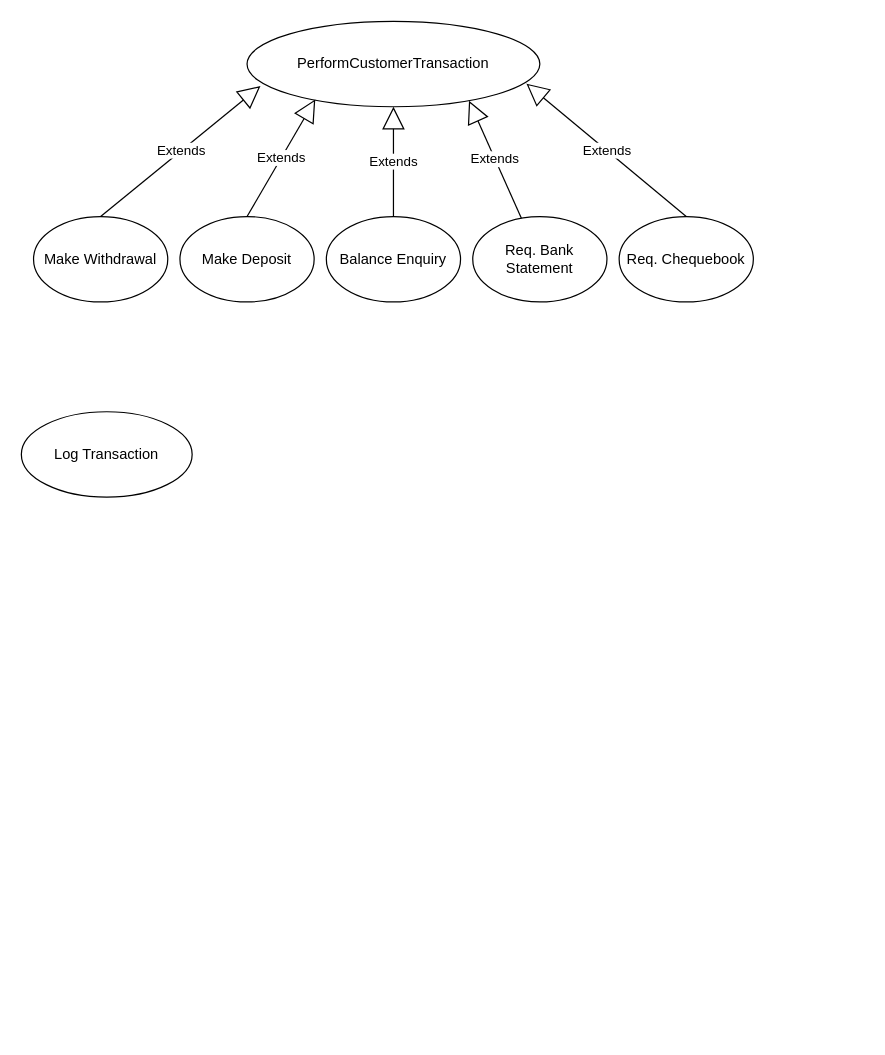
owenpmorgan/UML_diag_practice keeps this draw.io diagram as EE2010 Wk2 B.drawio. Above is the earlier version. Source tidied: cells renumbered, new cells numbered last; positions are measured from the earlier drawing's top-left corner, leaving out a move shared by most shapes. Both pictures are drawn from the tidied source at 122%, with x=0, y=0 at pixel (21, 21).
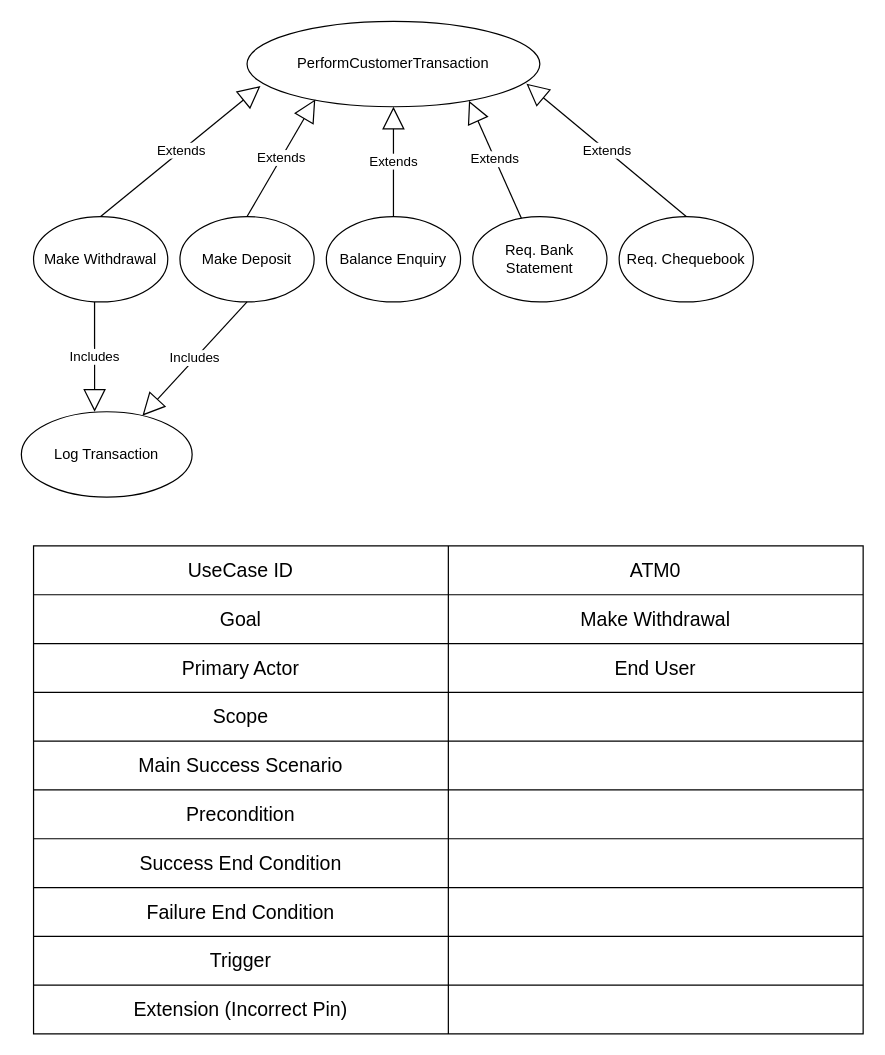
The same page after the edit.

The change refers to these unchanged cells:
```xml
<mxCell id="4" value="Make Deposit" style="ellipse;whiteSpace=wrap;html=1;" parent="1" vertex="1">
  <mxGeometry x="130" y="160" width="110" height="70" as="geometry" />
</mxCell>
<mxCell id="13" value="Log Transaction" style="ellipse;whiteSpace=wrap;html=1;" parent="1" vertex="1">
  <mxGeometry y="320" width="140" height="70" as="geometry" />
</mxCell>
```

What changed in the source:
```diff
@@
+    <mxCell id="14" value="Includes" style="endArrow=block;endSize=16;endFill=0;html=1;rounded=0;entryX=0.429;entryY=0;entryDx=0;entryDy=0;entryPerimeter=0;" parent="1" edge="1" target="13">
+      <mxGeometry relative="1" as="geometry">
+        <mxPoint x="60" y="230" as="sourcePoint" />
+      </mxGeometry>
+    </mxCell>
+    <mxCell id="15" value="Includes" style="endArrow=block;endSize=16;endFill=0;html=1;rounded=0;exitX=0.5;exitY=1;exitDx=0;exitDy=0;" parent="1" edge="1" source="4" target="13">
+      <mxGeometry relative="1" as="geometry" />
+    </mxCell>
+    <mxCell id="16" style="shape=table;startSize=0;childLayout=tableLayout;fontSize=16;" parent="1" vertex="1">
+      <mxGeometry x="10" y="430" width="680" height="400" as="geometry" />
+    </mxCell>
+    <mxCell id="17" style="shape=tableRow;horizontal=0;startSize=0;swimlaneHead=0;swimlaneBody=0;strokeColor=inherit;top=0;left=0;bottom=0;right=0;fillColor=none;fontSize=16;" parent="16" vertex="1">
+      <mxGeometry width="680" height="40" as="geometry" />
+    </mxCell>
+    <mxCell id="18" value="UseCase ID" style="shape=partialRectangle;html=1;whiteSpace=wrap;strokeColor=inherit;overflow=hidden;fillColor=none;top=0;left=0;bottom=0;right=0;fontSize=16;" parent="17" vertex="1">
+      <mxGeometry width="340" height="40" as="geometry" />
+    </mxCell>
+    <mxCell id="19" value="ATM0" style="shape=partialRectangle;html=1;whiteSpace=wrap;strokeColor=inherit;overflow=hidden;fillColor=none;top=0;left=0;bottom=0;right=0;fontSize=16;" parent="17" vertex="1">
+      <mxGeometry x="340" width="340" height="40" as="geometry" />
+    </mxCell>
+    <mxCell id="20" style="shape=tableRow;horizontal=0;startSize=0;swimlaneHead=0;swimlaneBody=0;strokeColor=inherit;top=0;left=0;bottom=0;right=0;fillColor=none;fontSize=16;" parent="16" vertex="1">
+      <mxGeometry y="40" width="680" height="40" as="geometry" />
+    </mxCell>
+    <mxCell id="21" value="Goal" style="shape=partialRectangle;html=1;whiteSpace=wrap;strokeColor=inherit;overflow=hidden;fillColor=none;top=0;left=0;bottom=0;right=0;fontSize=16;" parent="20" vertex="1">
+      <mxGeometry width="340" height="40" as="geometry" />
+    </mxCell>
+    <mxCell id="22" value="Make Withdrawal" style="shape=partialRectangle;html=1;whiteSpace=wrap;strokeColor=inherit;overflow=hidden;fillColor=none;top=0;left=0;bottom=0;right=0;fontSize=16;" parent="20" vertex="1">
+      <mxGeometry x="340" width="340" height="40" as="geometry" />
+    </mxCell>
+    <mxCell id="23" style="shape=tableRow;horizontal=0;startSize=0;swimlaneHead=0;swimlaneBody=0;strokeColor=inherit;top=0;left=0;bottom=0;right=0;fillColor=none;fontSize=16;" parent="16" vertex="1">
+      <mxGeometry y="80" width="680" height="40" as="geometry" />
+    </mxCell>
+    <mxCell id="24" value="Primary Actor" style="shape=partialRectangle;html=1;whiteSpace=wrap;strokeColor=inherit;overflow=hidden;fillColor=none;top=0;left=0;bottom=0;right=0;fontSize=16;" parent="23" vertex="1">
+      <mxGeometry width="340" height="40" as="geometry" />
+    </mxCell>
+    <mxCell id="25" value="End User" style="shape=partialRectangle;html=1;whiteSpace=wrap;strokeColor=inherit;overflow=hidden;fillColor=none;top=0;left=0;bottom=0;right=0;fontSize=16;" parent="23" vertex="1">
+      <mxGeometry x="340" width="340" height="40" as="geometry" />
+    </mxCell>
+    <mxCell id="26" style="shape=tableRow;horizontal=0;startSize=0;swimlaneHead=0;swimlaneBody=0;strokeColor=inherit;top=0;left=0;bottom=0;right=0;fillColor=none;fontSize=16;" parent="16" vertex="1">
+      <mxGeometry y="120" width="680" height="40" as="geometry" />
+    </mxCell>
+    <mxCell id="27" value="Scope" style="shape=partialRectangle;html=1;whiteSpace=wrap;strokeColor=inherit;overflow=hidden;fillColor=none;top=0;left=0;bottom=0;right=0;fontSize=16;" parent="26" vertex="1">
+      <mxGeometry width="340" height="40" as="geometry" />
+    </mxCell>
+    <mxCell id="28" style="shape=partialRectangle;html=1;whiteSpace=wrap;strokeColor=inherit;overflow=hidden;fillColor=none;top=0;left=0;bottom=0;right=0;fontSize=16;" parent="26" vertex="1">
+      <mxGeometry x="340" width="340" height="40" as="geometry" />
+    </mxCell>
+    <mxCell id="29" style="shape=tableRow;horizontal=0;startSize=0;swimlaneHead=0;swimlaneBody=0;strokeColor=inherit;top=0;left=0;bottom=0;right=0;fillColor=none;fontSize=16;" parent="16" vertex="1">
+      <mxGeometry y="160" width="680" height="40" as="geometry" />
+    </mxCell>
+    <mxCell id="30" value="Main Success Scenario" style="shape=partialRectangle;html=1;whiteSpace=wrap;strokeColor=inherit;overflow=hidden;fillColor=none;top=0;left=0;bottom=0;right=0;fontSize=16;" parent="29" vertex="1">
+      <mxGeometry width="340" height="40" as="geometry" />
+    </mxCell>
+    <mxCell id="31" style="shape=partialRectangle;html=1;whiteSpace=wrap;strokeColor=inherit;overflow=hidden;fillColor=none;top=0;left=0;bottom=0;right=0;fontSize=16;" parent="29" vertex="1">
+      <mxGeometry x="340" width="340" height="40" as="geometry" />
+    </mxCell>
+    <mxCell id="32" style="shape=tableRow;horizontal=0;startSize=0;swimlaneHead=0;swimlaneBody=0;strokeColor=inherit;top=0;left=0;bottom=0;right=0;fillColor=none;fontSize=16;" parent="16" vertex="1">
+      <mxGeometry y="200" width="680" height="40" as="geometry" />
+    </mxCell>
+    <mxCell id="33" value="Precondition" style="shape=partialRectangle;html=1;whiteSpace=wrap;strokeColor=inherit;overflow=hidden;fillColor=none;top=0;left=0;bottom=0;right=0;fontSize=16;" parent="32" vertex="1">
+      <mxGeometry width="340" height="40" as="geometry" />
+    </mxCell>
+    <mxCell id="34" style="shape=partialRectangle;html=1;whiteSpace=wrap;strokeColor=inherit;overflow=hidden;fillColor=none;top=0;left=0;bottom=0;right=0;fontSize=16;" parent="32" vertex="1">
+      <mxGeometry x="340" width="340" height="40" as="geometry" />
+    </mxCell>
+    <mxCell id="35" style="shape=tableRow;horizontal=0;startSize=0;swimlaneHead=0;swimlaneBody=0;strokeColor=inherit;top=0;left=0;bottom=0;right=0;fillColor=none;fontSize=16;" parent="16" vertex="1">
+      <mxGeometry y="240" width="680" height="40" as="geometry" />
+    </mxCell>
+    <mxCell id="36" value="Success End Condition" style="shape=partialRectangle;html=1;whiteSpace=wrap;strokeColor=inherit;overflow=hidden;fillColor=none;top=0;left=0;bottom=0;right=0;fontSize=16;" parent="35" vertex="1">
+      <mxGeometry width="340" height="40" as="geometry" />
+    </mxCell>
+    <mxCell id="37" style="shape=partialRectangle;html=1;whiteSpace=wrap;strokeColor=inherit;overflow=hidden;fillColor=none;top=0;left=0;bottom=0;right=0;fontSize=16;" parent="35" vertex="1">
+      <mxGeometry x="340" width="340" height="40" as="geometry" />
+    </mxCell>
+    <mxCell id="38" style="shape=tableRow;horizontal=0;startSize=0;swimlaneHead=0;swimlaneBody=0;strokeColor=inherit;top=0;left=0;bottom=0;right=0;fillColor=none;fontSize=16;" parent="16" vertex="1">
+      <mxGeometry y="280" width="680" height="40" as="geometry" />
+    </mxCell>
+    <mxCell id="39" value="Failure End Condition" style="shape=partialRectangle;html=1;whiteSpace=wrap;strokeColor=inherit;overflow=hidden;fillColor=none;top=0;left=0;bottom=0;right=0;fontSize=16;" parent="38" vertex="1">
+      <mxGeometry width="340" height="40" as="geometry" />
+    </mxCell>
+    <mxCell id="40" style="shape=partialRectangle;html=1;whiteSpace=wrap;strokeColor=inherit;overflow=hidden;fillColor=none;top=0;left=0;bottom=0;right=0;fontSize=16;" parent="38" vertex="1">
+      <mxGeometry x="340" width="340" height="40" as="geometry" />
+    </mxCell>
+    <mxCell id="41" style="shape=tableRow;horizontal=0;startSize=0;swimlaneHead=0;swimlaneBody=0;strokeColor=inherit;top=0;left=0;bottom=0;right=0;fillColor=none;fontSize=16;" parent="16" vertex="1">
+      <mxGeometry y="320" width="680" height="40" as="geometry" />
+    </mxCell>
+    <mxCell id="42" value="Trigger" style="shape=partialRectangle;html=1;whiteSpace=wrap;strokeColor=inherit;overflow=hidden;fillColor=none;top=0;left=0;bottom=0;right=0;fontSize=16;" parent="41" vertex="1">
+      <mxGeometry width="340" height="40" as="geometry" />
+    </mxCell>
+    <mxCell id="43" style="shape=partialRectangle;html=1;whiteSpace=wrap;strokeColor=inherit;overflow=hidden;fillColor=none;top=0;left=0;bottom=0;right=0;fontSize=16;" parent="41" vertex="1">
+      <mxGeometry x="340" width="340" height="40" as="geometry" />
+    </mxCell>
+    <mxCell id="44" style="shape=tableRow;horizontal=0;startSize=0;swimlaneHead=0;swimlaneBody=0;strokeColor=inherit;top=0;left=0;bottom=0;right=0;fillColor=none;fontSize=16;" parent="16" vertex="1">
+      <mxGeometry y="360" width="680" height="40" as="geometry" />
+    </mxCell>
+    <mxCell id="45" value="Extension (Incorrect Pin)" style="shape=partialRectangle;html=1;whiteSpace=wrap;strokeColor=inherit;overflow=hidden;fillColor=none;top=0;left=0;bottom=0;right=0;fontSize=16;" parent="44" vertex="1">
+      <mxGeometry width="340" height="40" as="geometry" />
+    </mxCell>
+    <mxCell id="46" style="shape=partialRectangle;html=1;whiteSpace=wrap;strokeColor=inherit;overflow=hidden;fillColor=none;top=0;left=0;bottom=0;right=0;fontSize=16;" parent="44" vertex="1">
+      <mxGeometry x="340" width="340" height="40" as="geometry" />
+    </mxCell>
```
